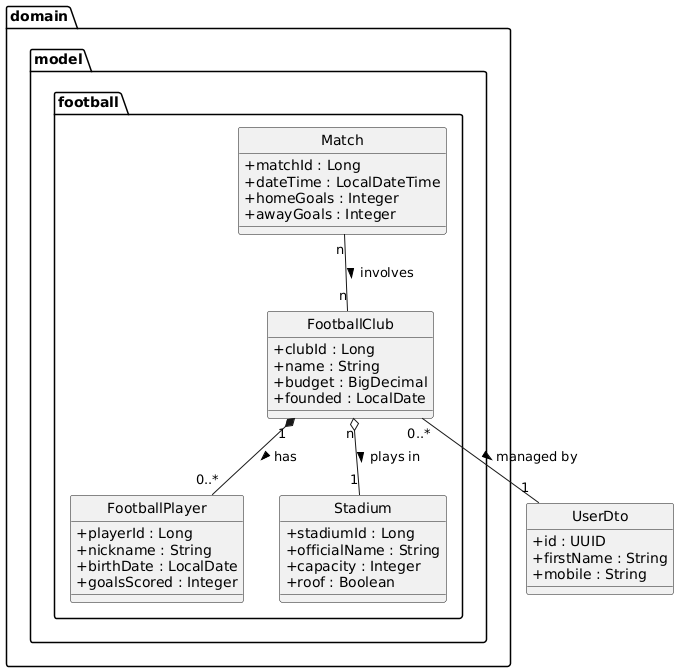
Before: docs/football.png, a diagram exported from PlantUML (miw-upm/apaw-practice).
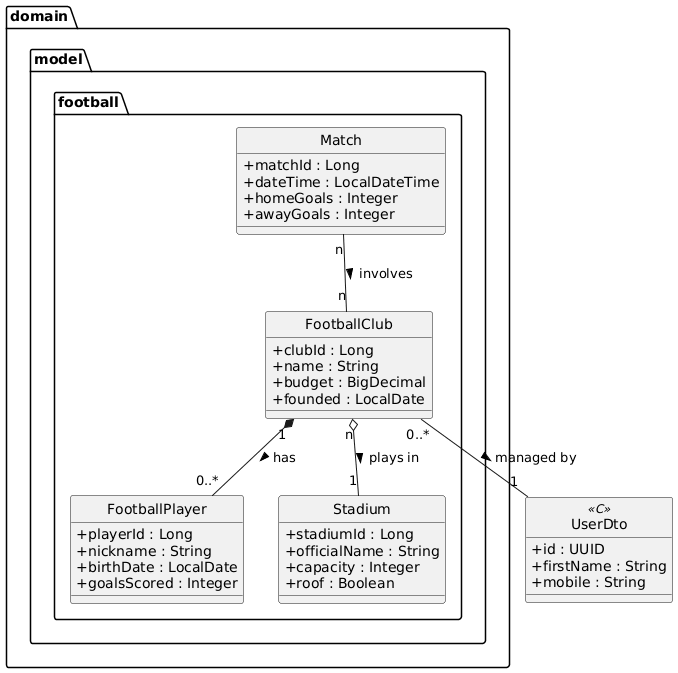
After the commit.

Commit message:
Remove bidirectional dependencies in football model #1151

What changed in the source:
```diff
@@ -37,7 +37,7 @@
   }
 }
 
-class UserDto {
+class UserDto <<C>> {
   +id : UUID
   +firstName : String
   +mobile : String
```
